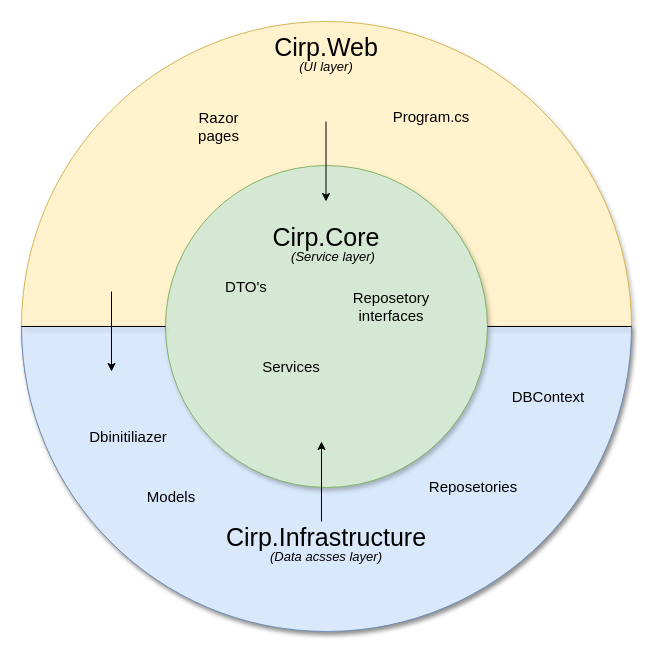
The draw.io diagram docs/models/Onion/OnionModel.drawio in ITU-BDSA2024-GROUP10/Chirp, before the edit. Source tidied: cells renumbered, new cells numbered last; positions are measured from the earlier drawing's top-left corner, leaving out a move shared by most shapes. Both pictures are drawn from the tidied source at 100%, with x=0, y=0 at pixel (21, 21).
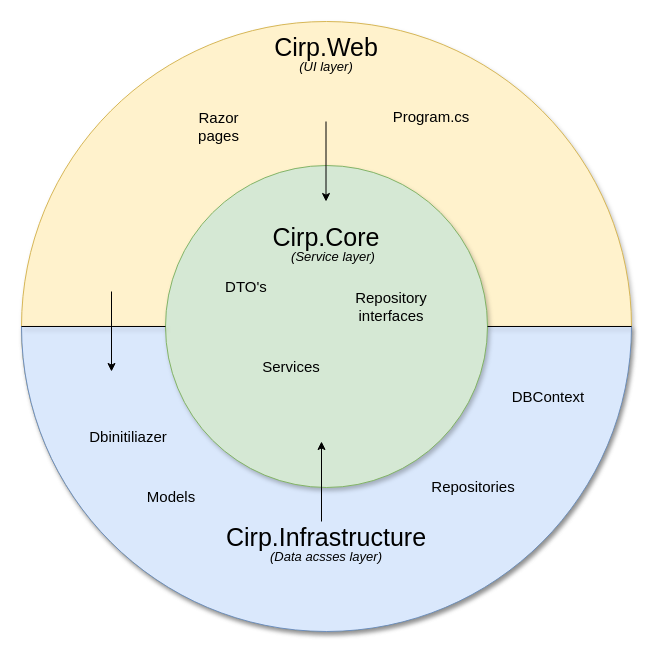
Above is the later version.

Change to the diagram source:
```diff
@@
-    <mxCell id="14" value="&lt;font style=&quot;font-size: 15px;&quot;&gt;Reposetory interfaces&lt;/font&gt;" style="text;html=1;align=center;verticalAlign=middle;whiteSpace=wrap;rounded=0;" parent="1" vertex="1">
+    <mxCell id="14" value="&lt;font style=&quot;font-size: 15px;&quot;&gt;Repository interfaces&lt;/font&gt;" style="text;html=1;align=center;verticalAlign=middle;whiteSpace=wrap;rounded=0;" parent="1" vertex="1">
       <mxGeometry x="330" y="270" width="80" height="30" as="geometry" />
     </mxCell>
@@
-    <mxCell id="23" value="&lt;font style=&quot;font-size: 15px;&quot;&gt;Reposetories&lt;/font&gt;" style="text;html=1;align=center;verticalAlign=middle;whiteSpace=wrap;rounded=0;" parent="1" vertex="1">
+    <mxCell id="23" value="&lt;font style=&quot;font-size: 15px;&quot;&gt;Repositories&lt;/font&gt;" style="text;html=1;align=center;verticalAlign=middle;whiteSpace=wrap;rounded=0;" parent="1" vertex="1">
       <mxGeometry x="415" y="450" width="74" height="30" as="geometry" />
     </mxCell>
```
